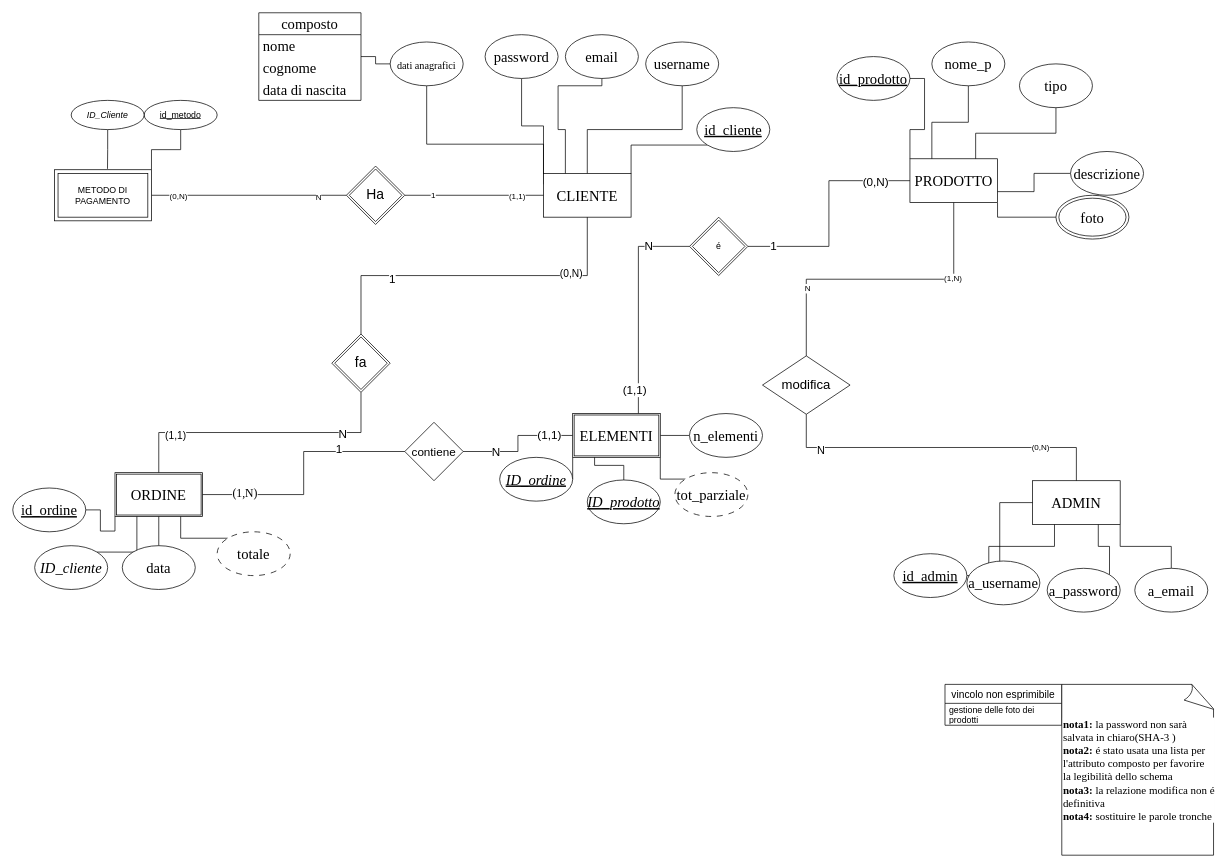
Earlier version of the draw.io diagram kft_DB/Diagramma kft_DB.drawio (neuger24/KEYFOTOOL). Source tidied: cells renumbered, new cells numbered last; positions are measured from the earlier drawing's top-left corner, leaving out a move shared by most shapes. Both pictures are drawn from the tidied source at 73%, with x=0, y=0 at pixel (12, 12).
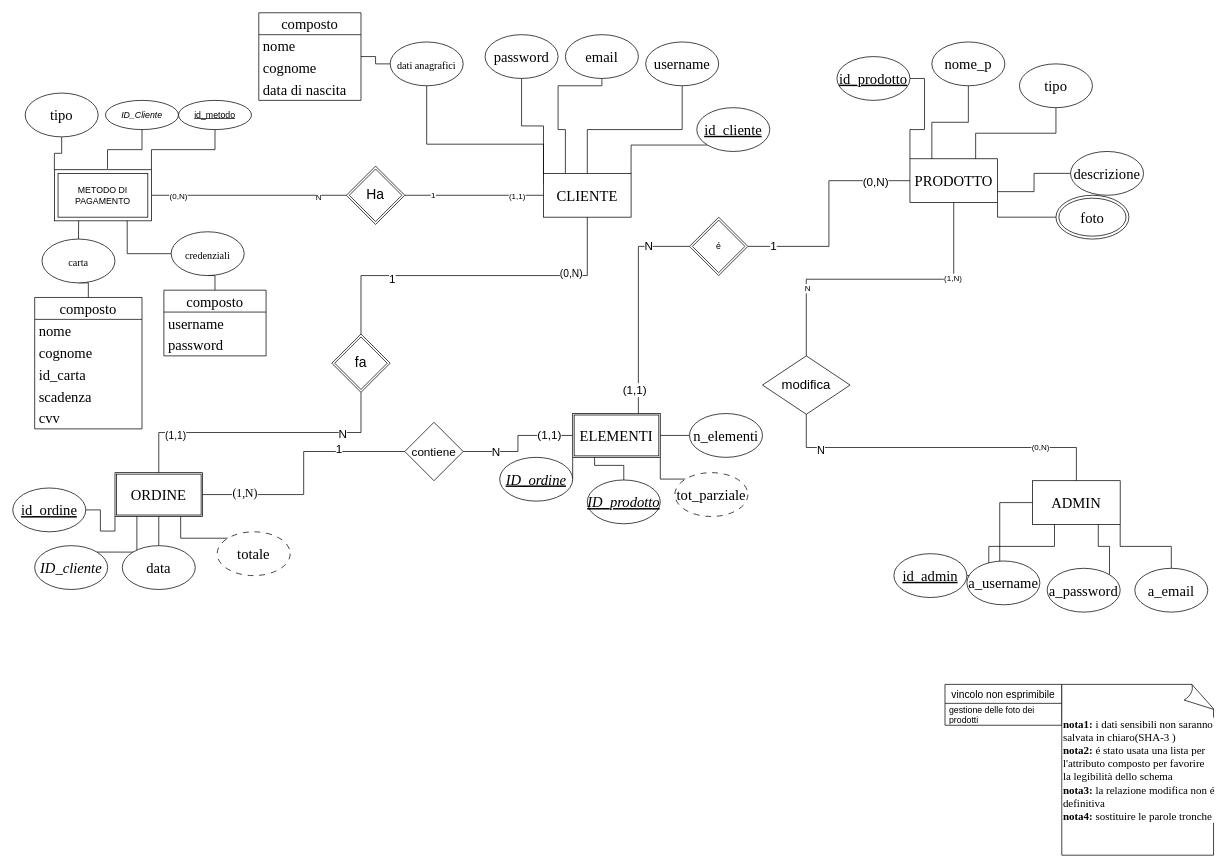
The same diagram, later.

Commit message (it also covers changes not shown here):
modificati schema eer e wdd e creazione del file immagine dello schema eer

Unchanged cells that the change refers to:
```xml
<mxCell id="94" value="METODO DI PAGAMENTO" style="shape=ext;margin=3;double=1;whiteSpace=wrap;html=1;align=center;" parent="1" vertex="1">
  <mxGeometry x="57" y="215" width="133" height="70" as="geometry" />
</mxCell>
```

Diff of the diagram source:
```diff
@@
-    <mxCell id="14" value="&lt;b&gt;nota1: &lt;/b&gt;la password non sarà salvata in chiaro(SHA-3&amp;nbsp;)&lt;div&gt;&lt;b&gt;nota2:&lt;/b&gt;&amp;nbsp;é stato usata una lista per l'attributo composto per favorire la legibilità dello schema&lt;/div&gt;&lt;div&gt;&lt;b&gt;nota3:&lt;/b&gt;&amp;nbsp;la relazione modifica non é definitiva&lt;/div&gt;&lt;div&gt;&lt;b&gt;nota4:&lt;/b&gt;&amp;nbsp;sostituire le parole tronche&lt;/div&gt;" style="whiteSpace=wrap;html=1;shape=mxgraph.basic.document;strokeColor=default;align=left;verticalAlign=middle;fontFamily=Times New Roman;fontSize=15;fontColor=default;labelBackgroundColor=default;fillColor=default;" parent="1" vertex="1">
+    <mxCell id="14" value="&lt;b&gt;nota1: &lt;/b&gt;i dati sensibili&amp;nbsp;non saranno salvata in chiaro(SHA-3&amp;nbsp;)&lt;div&gt;&lt;b&gt;nota2:&lt;/b&gt;&amp;nbsp;é stato usata una lista per l'attributo composto per favorire la legibilità dello schema&lt;/div&gt;&lt;div&gt;&lt;b&gt;nota3:&lt;/b&gt;&amp;nbsp;la relazione modifica non é definitiva&lt;/div&gt;&lt;div&gt;&lt;b&gt;nota4:&lt;/b&gt;&amp;nbsp;sostituire le parole tronche&lt;/div&gt;" style="whiteSpace=wrap;html=1;shape=mxgraph.basic.document;strokeColor=default;align=left;verticalAlign=middle;fontFamily=Times New Roman;fontSize=15;fontColor=default;labelBackgroundColor=default;fillColor=default;" parent="1" vertex="1">
       <mxGeometry x="1437" y="920" width="210" height="234" as="geometry" />
     </mxCell>
@@
     <mxCell id="96" value="id_metodo" style="ellipse;whiteSpace=wrap;html=1;align=center;fontStyle=4;" parent="1" vertex="1">
-      <mxGeometry x="180" y="120" width="100" height="40" as="geometry" />
+      <mxGeometry x="227" y="120" width="100" height="40" as="geometry" />
     </mxCell>
@@
     <mxCell id="98" value="&lt;i&gt;ID_Cliente&lt;/i&gt;" style="ellipse;whiteSpace=wrap;html=1;align=center;" parent="1" vertex="1">
-      <mxGeometry x="80" y="120" width="100" height="40" as="geometry" />
+      <mxGeometry x="127" y="120" width="100" height="40" as="geometry" />
     </mxCell>
+    <mxCell id="99" style="edgeStyle=orthogonalEdgeStyle;rounded=0;jettySize=auto;html=1;exitX=0;exitY=0.5;exitDx=0;exitDy=0;entryX=0.75;entryY=1;entryDx=0;entryDy=0;endArrow=none;endFill=0;" parent="1" edge="1" source="103" target="94">
+      <mxGeometry relative="1" as="geometry" />
+    </mxCell>
+    <mxCell id="100" style="edgeStyle=orthogonalEdgeStyle;rounded=0;jettySize=auto;html=1;exitX=0.5;exitY=1;exitDx=0;exitDy=0;entryX=0;entryY=0;entryDx=0;entryDy=0;endArrow=none;endFill=0;" parent="1" edge="1" source="101" target="94">
+      <mxGeometry relative="1" as="geometry" />
+    </mxCell>
+    <mxCell id="101" value="tipo" style="ellipse;whiteSpace=wrap;html=1;fontSize=20;fontFamily=Times New Roman;" parent="1" vertex="1">
+      <mxGeometry x="17" y="110" width="100" height="60" as="geometry" />
+    </mxCell>
+    <mxCell id="102" style="edgeStyle=orthogonalEdgeStyle;rounded=0;jettySize=auto;html=1;exitX=0.5;exitY=1;exitDx=0;exitDy=0;entryX=0.5;entryY=0;entryDx=0;entryDy=0;endArrow=none;endFill=0;" parent="1" edge="1" source="103" target="104">
+      <mxGeometry relative="1" as="geometry" />
+    </mxCell>
+    <mxCell id="103" value="&lt;span style=&quot;font-size: 14px;&quot;&gt;credenziali&lt;/span&gt;" style="ellipse;whiteSpace=wrap;html=1;strokeColor=default;align=center;verticalAlign=middle;fontFamily=Times New Roman;fontSize=20;fontColor=default;labelBackgroundColor=default;fillColor=default;" parent="1" vertex="1">
+      <mxGeometry x="217" y="300" width="100" height="60" as="geometry" />
+    </mxCell>
+    <mxCell id="104" value="composto" style="swimlane;fontStyle=0;horizontal=1;startSize=30;whiteSpace=wrap;html=1;strokeColor=default;align=center;verticalAlign=middle;fontFamily=Times New Roman;fontSize=20;fontColor=default;labelBackgroundColor=default;fillColor=default;" parent="1" vertex="1">
+      <mxGeometry x="207" y="380" width="140" height="90" as="geometry" />
+    </mxCell>
+    <mxCell id="105" value="username" style="text;strokeColor=none;fillColor=none;align=left;verticalAlign=middle;spacingLeft=4;spacingRight=4;overflow=hidden;whiteSpace=wrap;html=1;fontFamily=Times New Roman;fontSize=20;fontColor=default;labelBackgroundColor=default;" parent="104" vertex="1">
+      <mxGeometry y="30" width="140" height="30" as="geometry" />
+    </mxCell>
+    <mxCell id="106" value="password" style="text;strokeColor=none;fillColor=none;align=left;verticalAlign=middle;spacingLeft=4;spacingRight=4;overflow=hidden;whiteSpace=wrap;html=1;fontFamily=Times New Roman;fontSize=20;fontColor=default;labelBackgroundColor=default;" parent="104" vertex="1">
+      <mxGeometry y="60" width="140" height="30" as="geometry" />
+    </mxCell>
+    <mxCell id="107" style="edgeStyle=orthogonalEdgeStyle;rounded=0;jettySize=auto;html=1;exitX=0.5;exitY=1;exitDx=0;exitDy=0;entryX=0.5;entryY=0;entryDx=0;entryDy=0;endArrow=none;endFill=0;" parent="1" edge="1" source="109" target="110">
+      <mxGeometry relative="1" as="geometry" />
+    </mxCell>
+    <mxCell id="108" style="edgeStyle=orthogonalEdgeStyle;shape=connector;rounded=0;jettySize=auto;html=1;exitX=0.5;exitY=0;exitDx=0;exitDy=0;entryX=0.25;entryY=1;entryDx=0;entryDy=0;strokeColor=default;align=center;verticalAlign=middle;fontFamily=Helvetica;fontSize=11;fontColor=default;labelBackgroundColor=default;endArrow=none;endFill=0;" parent="1" edge="1" source="109" target="94">
+      <mxGeometry relative="1" as="geometry" />
+    </mxCell>
+    <mxCell id="109" value="&lt;span style=&quot;font-size: 14px;&quot;&gt;carta&lt;/span&gt;" style="ellipse;whiteSpace=wrap;html=1;strokeColor=default;align=center;verticalAlign=middle;fontFamily=Times New Roman;fontSize=20;fontColor=default;labelBackgroundColor=default;fillColor=default;" parent="1" vertex="1">
+      <mxGeometry x="40" y="310" width="100" height="60" as="geometry" />
+    </mxCell>
+    <mxCell id="110" value="composto" style="swimlane;fontStyle=0;horizontal=1;startSize=30;whiteSpace=wrap;html=1;strokeColor=default;align=center;verticalAlign=middle;fontFamily=Times New Roman;fontSize=20;fontColor=default;labelBackgroundColor=default;fillColor=default;" parent="1" vertex="1">
+      <mxGeometry x="30" y="390" width="147" height="180" as="geometry" />
+    </mxCell>
+    <mxCell id="111" value="nome" style="text;strokeColor=none;fillColor=none;align=left;verticalAlign=middle;spacingLeft=4;spacingRight=4;overflow=hidden;whiteSpace=wrap;html=1;fontFamily=Times New Roman;fontSize=20;fontColor=default;labelBackgroundColor=default;" parent="110" vertex="1">
+      <mxGeometry y="30" width="147" height="30" as="geometry" />
+    </mxCell>
+    <mxCell id="112" value="cognome" style="text;strokeColor=none;fillColor=none;align=left;verticalAlign=middle;spacingLeft=4;spacingRight=4;overflow=hidden;whiteSpace=wrap;html=1;fontFamily=Times New Roman;fontSize=20;fontColor=default;labelBackgroundColor=default;" parent="110" vertex="1">
+      <mxGeometry y="60" width="147" height="30" as="geometry" />
+    </mxCell>
+    <mxCell id="113" value="id_carta" style="text;strokeColor=none;fillColor=none;align=left;verticalAlign=middle;spacingLeft=4;spacingRight=4;overflow=hidden;whiteSpace=wrap;html=1;fontFamily=Times New Roman;fontSize=20;fontColor=default;labelBackgroundColor=default;" parent="110" vertex="1">
+      <mxGeometry y="90" width="147" height="30" as="geometry" />
+    </mxCell>
+    <mxCell id="114" value="scadenza" style="text;strokeColor=none;fillColor=none;align=left;verticalAlign=middle;spacingLeft=4;spacingRight=4;overflow=hidden;whiteSpace=wrap;html=1;fontFamily=Times New Roman;fontSize=20;fontColor=default;labelBackgroundColor=default;" parent="110" vertex="1">
+      <mxGeometry y="120" width="147" height="30" as="geometry" />
+    </mxCell>
+    <mxCell id="115" value="cvv" style="text;strokeColor=none;fillColor=none;align=left;verticalAlign=middle;spacingLeft=4;spacingRight=4;overflow=hidden;whiteSpace=wrap;html=1;fontFamily=Times New Roman;fontSize=20;fontColor=default;labelBackgroundColor=default;" parent="110" vertex="1">
+      <mxGeometry y="150" width="147" height="30" as="geometry" />
+    </mxCell>
```
